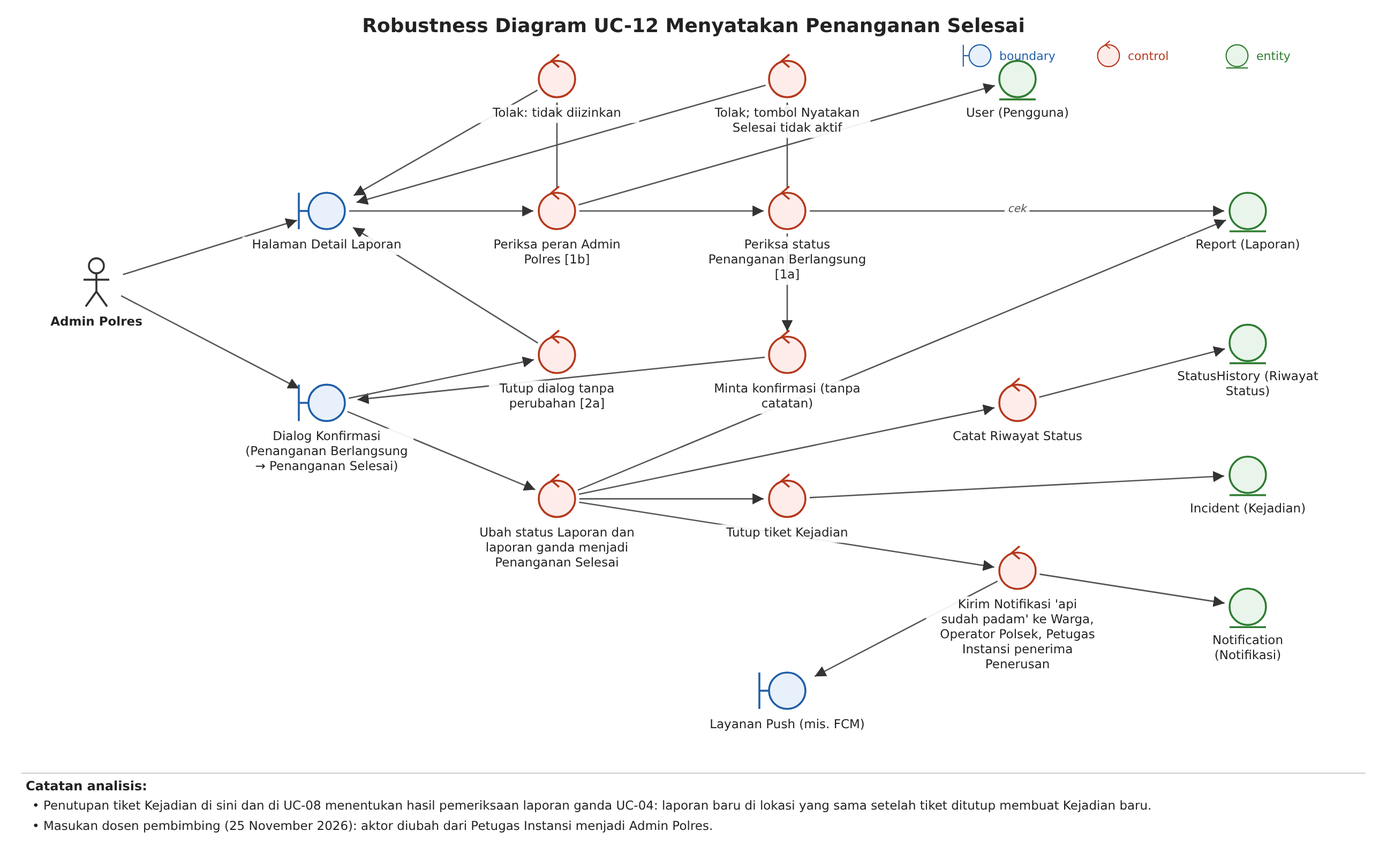
This is specs/011-uc12-resolve/iconix/uc12-robustness.png from wirapatigilang/laporapi-api-web, a PlantUML export, as it was before one commit. Its source is kept beside it as specs/011-uc12-resolve/iconix/uc12-robustness.puml.
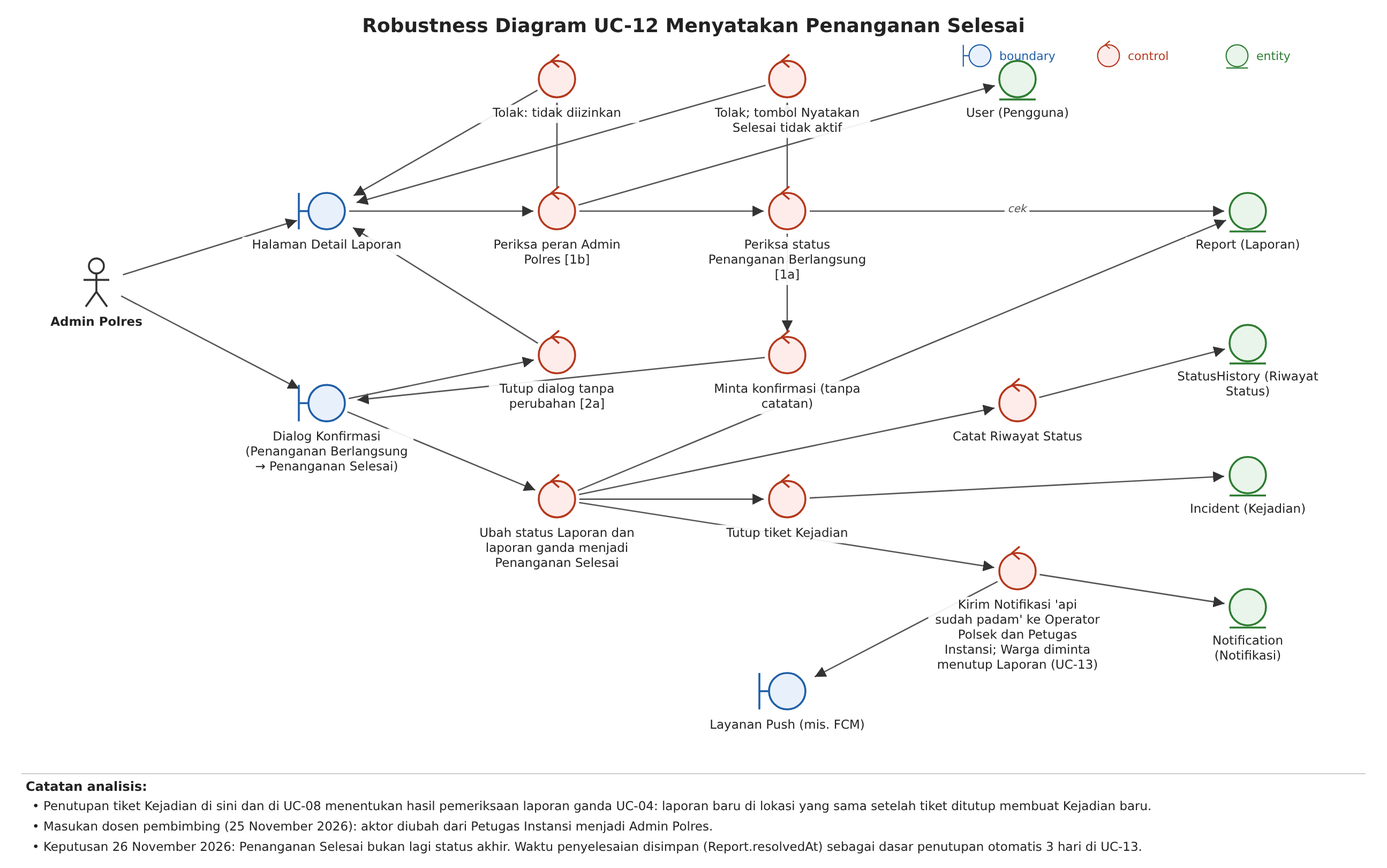
The same file after the commit.

The edit, as a diff of the source:
```diff
@@ -13,7 +13,7 @@
 control "Ubah status Laporan dan laporan ganda menjadi Penanganan Selesai" as cUbah
 control "Tutup tiket Kejadian" as cTutup
 control "Catat Riwayat Status" as cRiwayat
-control "Kirim Notifikasi 'api sudah padam' ke Warga, Operator Polsek, Petugas Instansi penerima Penerusan" as cNotif
+control "Kirim Notifikasi 'api sudah padam' ke Operator Polsek dan Petugas Instansi; Warga diminta menutup Laporan (UC-13)" as cNotif
 entity "User (Pengguna)" as ePengguna
 entity "Report (Laporan)" as eLaporan
 entity "Incident (Kejadian)" as eKejadian
```
